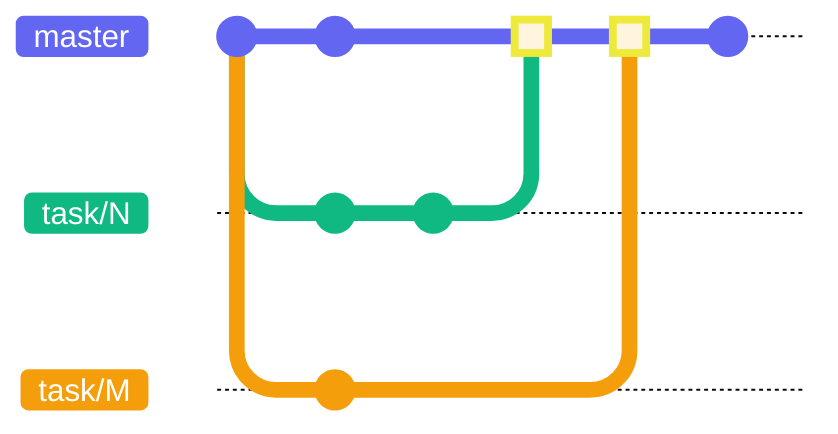
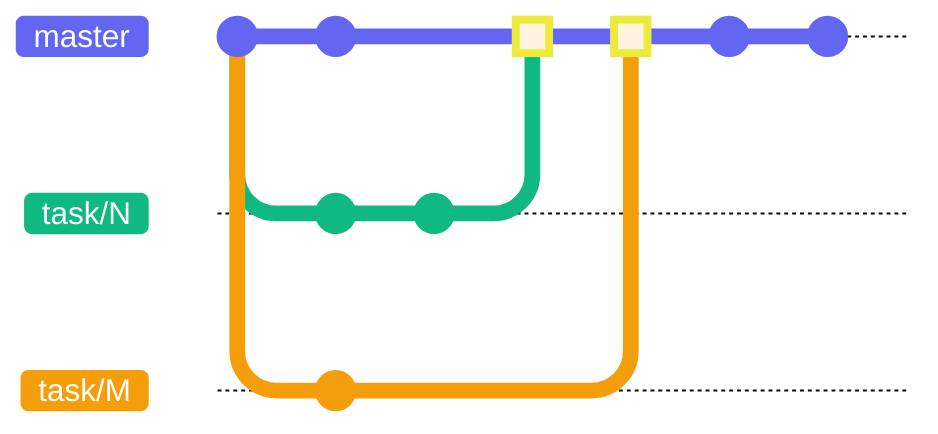
%%{init: { 'theme': 'base', 'gitGraph': { 'parallelCommits': true, 'showCommitLabel': false, 'mainBranchName': 'master' }, 'themeVariables': { 'git0': '#6366f1', 'git1': '#10b981', 'git2': '#f59e0b', 'gitBranchLabel0': '#ffffff', 'gitBranchLabel1': '#ffffff', 'gitBranchLabel2': '#ffffff', 'commitLabelColor': 'transparent', 'commitLabelBackground': 'transparent' } } }%%
gitGraph
    commit

    branch task/N
    checkout master
    branch task/M

    checkout task/N
    commit
    commit

    checkout task/M
    commit

    checkout master
    commit

    merge task/N type: HIGHLIGHT
    merge task/M type: HIGHLIGHT

    commit
+     commit
